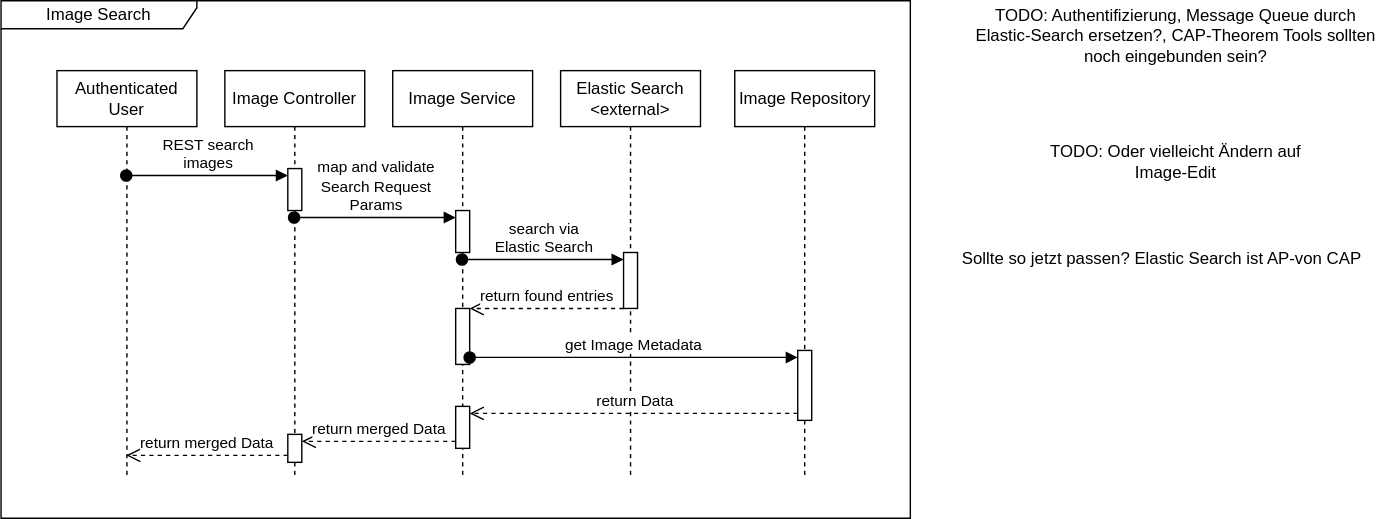
Earlier version of the draw.io export images/SWARC_Runtime_Image_Search.drawio.svg (Z1rael/swa). Source tidied: cells renumbered, new cells last; positions are measured from the earlier drawing's top-left corner, leaving out a move shared by most shapes.
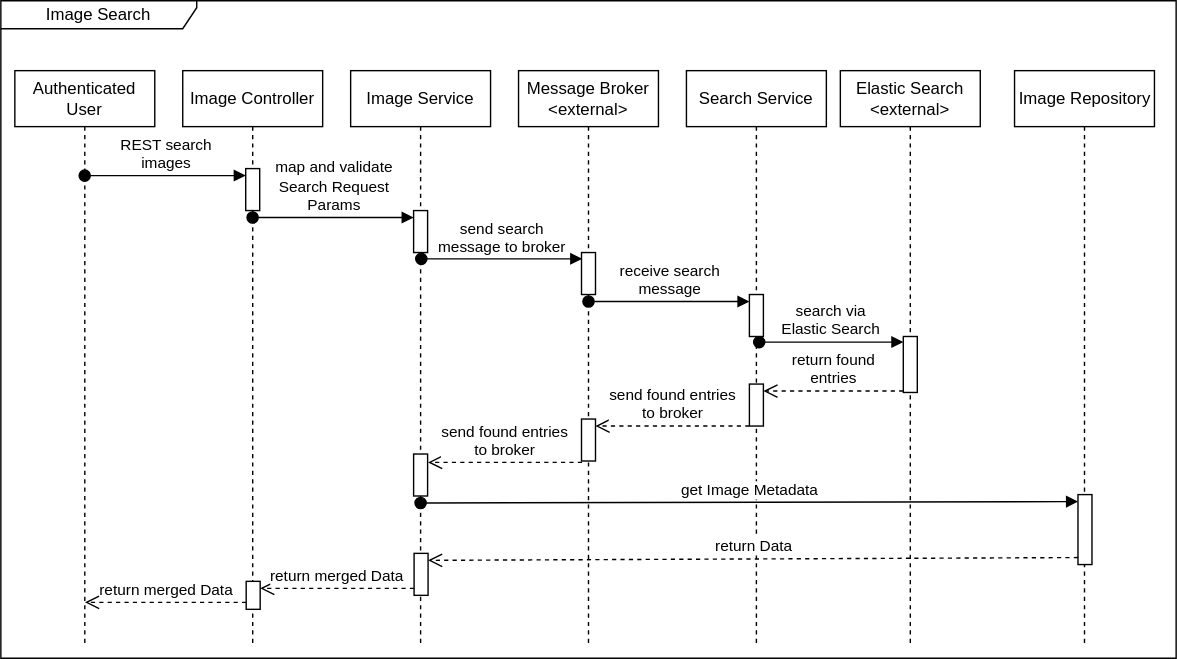
After the commit.

Commit message:
feat: runtime view added

Diff of the diagram source:
```diff
@@ -3,43 +3,34 @@
     <mxCell id="0" />
     <mxCell id="1" parent="0" />
     <mxCell id="2" value="Image Search" style="shape=umlFrame;whiteSpace=wrap;html=1;width=140;height=20;" parent="1" vertex="1">
-      <mxGeometry width="650" height="370" as="geometry" />
+      <mxGeometry x="30" width="840" height="470" as="geometry" />
     </mxCell>
     <mxCell id="3" value="Image Controller" style="shape=umlLifeline;perimeter=lifelinePerimeter;whiteSpace=wrap;html=1;outlineConnect=0;portConstraint=eastwest;newEdgeStyle={&quot;curved&quot;:0,&quot;rounded&quot;:0};" parent="1" vertex="1">
-      <mxGeometry x="160" y="50" width="100" height="290" as="geometry" />
+      <mxGeometry x="160" y="50" width="100" height="410" as="geometry" />
     </mxCell>
     <mxCell id="4" style="html=1;points=[[0,0,0,0,5],[0,1,0,0,-5],[1,0,0,0,5],[1,1,0,0,-5]];perimeter=orthogonalPerimeter;outlineConnect=0;targetShapes=umlLifeline;portConstraint=eastwest;newEdgeStyle={&quot;curved&quot;:0,&quot;rounded&quot;:0};" parent="3" vertex="1">
       <mxGeometry x="45" y="70" width="10" height="30" as="geometry" />
     </mxCell>
-    <mxCell id="5" style="html=1;points=[[0,0,0,0,5],[0,1,0,0,-5],[1,0,0,0,5],[1,1,0,0,-5]];perimeter=orthogonalPerimeter;outlineConnect=0;targetShapes=umlLifeline;portConstraint=eastwest;newEdgeStyle={&quot;curved&quot;:0,&quot;rounded&quot;:0};" parent="3" vertex="1">
-      <mxGeometry x="45" y="260" width="10" height="20" as="geometry" />
-    </mxCell>
     <mxCell id="6" value="Image Service" style="shape=umlLifeline;perimeter=lifelinePerimeter;whiteSpace=wrap;html=1;outlineConnect=0;portConstraint=eastwest;newEdgeStyle={&quot;curved&quot;:0,&quot;rounded&quot;:0};" parent="1" vertex="1">
-      <mxGeometry x="280" y="50" width="100" height="290" as="geometry" />
+      <mxGeometry x="280" y="50" width="100" height="410" as="geometry" />
     </mxCell>
     <mxCell id="7" style="html=1;points=[[0,0,0,0,5],[0,1,0,0,-5],[1,0,0,0,5],[1,1,0,0,-5]];perimeter=orthogonalPerimeter;outlineConnect=0;targetShapes=umlLifeline;portConstraint=eastwest;newEdgeStyle={&quot;curved&quot;:0,&quot;rounded&quot;:0};" parent="6" vertex="1">
       <mxGeometry x="45" y="100" width="10" height="30" as="geometry" />
     </mxCell>
-    <mxCell id="8" style="html=1;points=[[0,0,0,0,5],[0,1,0,0,-5],[1,0,0,0,5],[1,1,0,0,-5]];perimeter=orthogonalPerimeter;outlineConnect=0;targetShapes=umlLifeline;portConstraint=eastwest;newEdgeStyle={&quot;curved&quot;:0,&quot;rounded&quot;:0};" parent="6" vertex="1">
-      <mxGeometry x="45" y="170" width="10" height="40" as="geometry" />
-    </mxCell>
-    <mxCell id="9" style="html=1;points=[[0,0,0,0,5],[0,1,0,0,-5],[1,0,0,0,5],[1,1,0,0,-5]];perimeter=orthogonalPerimeter;outlineConnect=0;targetShapes=umlLifeline;portConstraint=eastwest;newEdgeStyle={&quot;curved&quot;:0,&quot;rounded&quot;:0};" parent="6" vertex="1">
-      <mxGeometry x="45" y="240" width="10" height="30" as="geometry" />
-    </mxCell>
+    <mxCell id="26" style="html=1;perimeter=orthogonalPerimeter;targetShapes=umlLifeline;newEdgeStyle={&quot;curved&quot;:0,&quot;rounded&quot;:0};" parent="6" vertex="1">
+      <mxGeometry x="45" y="274" width="10" height="30" as="geometry" />
+    </mxCell>
     <mxCell id="10" value="Elastic Search&lt;div&gt;&amp;lt;external&amp;gt;&lt;/div&gt;" style="shape=umlLifeline;perimeter=lifelinePerimeter;whiteSpace=wrap;html=1;newEdgeStyle={&quot;curved&quot;:0,&quot;rounded&quot;:0};" parent="1" vertex="1">
-      <mxGeometry x="400" y="50" width="100" height="290" as="geometry" />
+      <mxGeometry x="630" y="50" width="100" height="410" as="geometry" />
     </mxCell>
     <mxCell id="11" style="html=1;points=[[0,0,0,0,5],[0,1,0,0,-5],[1,0,0,0,5],[1,1,0,0,-5]];perimeter=orthogonalPerimeter;outlineConnect=0;targetShapes=umlLifeline;portConstraint=eastwest;newEdgeStyle={&quot;curved&quot;:0,&quot;rounded&quot;:0};" parent="10" vertex="1">
-      <mxGeometry x="45" y="130" width="10" height="40" as="geometry" />
+      <mxGeometry x="45" y="190" width="10" height="40" as="geometry" />
     </mxCell>
     <mxCell id="12" value="Image Repository" style="shape=umlLifeline;perimeter=lifelinePerimeter;whiteSpace=wrap;html=1;newEdgeStyle={&quot;curved&quot;:0,&quot;rounded&quot;:0};" parent="1" vertex="1">
-      <mxGeometry x="524.5" y="50" width="100" height="290" as="geometry" />
+      <mxGeometry x="754.5" y="50" width="100" height="410" as="geometry" />
     </mxCell>
-    <mxCell id="13" style="html=1;points=[[0,0,0,0,5],[0,1,0,0,-5],[1,0,0,0,5],[1,1,0,0,-5]];perimeter=orthogonalPerimeter;outlineConnect=0;targetShapes=umlLifeline;portConstraint=eastwest;newEdgeStyle={&quot;curved&quot;:0,&quot;rounded&quot;:0};" parent="12" vertex="1">
-      <mxGeometry x="45" y="200" width="10" height="50" as="geometry" />
-    </mxCell>
     <mxCell id="14" value="Authenticated&lt;br&gt;User" style="shape=umlLifeline;perimeter=lifelinePerimeter;whiteSpace=wrap;html=1;outlineConnect=0;portConstraint=eastwest;newEdgeStyle={&quot;curved&quot;:0,&quot;rounded&quot;:0};" parent="1" vertex="1">
-      <mxGeometry x="40" y="50" width="100" height="290" as="geometry" />
+      <mxGeometry x="40" y="50" width="100" height="410" as="geometry" />
     </mxCell>
     <mxCell id="15" value="REST search&lt;br&gt;images" style="html=1;verticalAlign=bottom;startArrow=oval;endArrow=block;startSize=8;curved=0;rounded=0;entryX=0;entryY=0;entryDx=0;entryDy=5;" parent="1" edge="1" source="14" target="4">
       <mxGeometry relative="1" as="geometry" />
@@ -47,36 +38,89 @@
     <mxCell id="16" value="map and validate&lt;div&gt;Search Request&lt;br&gt;Params&lt;/div&gt;" style="html=1;verticalAlign=bottom;startArrow=oval;endArrow=block;startSize=8;curved=0;rounded=0;entryX=0;entryY=0;entryDx=0;entryDy=5;" parent="1" edge="1" source="3" target="7">
       <mxGeometry relative="1" as="geometry" />
     </mxCell>
-    <mxCell id="17" value="search via &lt;br&gt;Elastic Search" style="html=1;verticalAlign=bottom;startArrow=oval;endArrow=block;startSize=8;curved=0;rounded=0;entryX=0;entryY=0;entryDx=0;entryDy=5;" parent="1" edge="1" source="6" target="11">
-      <mxGeometry relative="1" as="geometry" />
+    <mxCell id="17" value="search via &lt;br&gt;Elastic Search" style="html=1;verticalAlign=bottom;startArrow=oval;endArrow=block;startSize=8;curved=0;rounded=0;" parent="1" edge="1" target="11">
+      <mxGeometry relative="1" as="geometry">
+        <mxPoint x="572" y="244" as="sourcePoint" />
+      </mxGeometry>
     </mxCell>
-    <mxCell id="18" value="return found entries" style="html=1;verticalAlign=bottom;endArrow=open;dashed=1;endSize=8;curved=0;rounded=0;" parent="1" edge="1" source="11" target="8">
+    <mxCell id="18" value="return found&amp;nbsp;&lt;div&gt;entries&lt;/div&gt;" style="html=1;verticalAlign=bottom;endArrow=open;dashed=1;endSize=8;curved=0;rounded=0;entryX=1;entryY=0;entryDx=0;entryDy=5;entryPerimeter=0;" parent="1" edge="1" source="11" target="32">
       <mxGeometry relative="1" as="geometry">
         <Array as="points">
-          <mxPoint x="390" y="220" />
+          <mxPoint x="612" y="279" />
         </Array>
       </mxGeometry>
     </mxCell>
+    <mxCell id="27" value="Message Broker&lt;div&gt;&amp;lt;external&amp;gt;&lt;/div&gt;" style="shape=umlLifeline;perimeter=lifelinePerimeter;whiteSpace=wrap;html=1;newEdgeStyle={&quot;curved&quot;:0,&quot;rounded&quot;:0};" parent="1" vertex="1">
+      <mxGeometry x="400" y="50" width="100" height="410" as="geometry" />
+    </mxCell>
+    <mxCell id="28" style="html=1;perimeter=orthogonalPerimeter;targetShapes=umlLifeline;newEdgeStyle={&quot;curved&quot;:0,&quot;rounded&quot;:0};" parent="27" vertex="1">
+      <mxGeometry x="45" y="130" width="10" height="30" as="geometry" />
+    </mxCell>
+    <mxCell id="29" style="html=1;points=[[0,0,0,0,5],[0,1,0,0,-5],[1,0,0,0,5],[1,1,0,0,-5]];perimeter=orthogonalPerimeter;outlineConnect=0;targetShapes=umlLifeline;portConstraint=eastwest;newEdgeStyle={&quot;curved&quot;:0,&quot;rounded&quot;:0};" parent="27" vertex="1">
+      <mxGeometry x="45" y="249" width="10" height="30" as="geometry" />
+    </mxCell>
+    <mxCell id="30" value="Search Service" style="shape=umlLifeline;perimeter=lifelinePerimeter;whiteSpace=wrap;html=1;newEdgeStyle={&quot;curved&quot;:0,&quot;rounded&quot;:0};" parent="1" vertex="1">
+      <mxGeometry x="520" y="50" width="100" height="410" as="geometry" />
+    </mxCell>
+    <mxCell id="31" style="html=1;perimeter=orthogonalPerimeter;targetShapes=umlLifeline;newEdgeStyle={&quot;curved&quot;:0,&quot;rounded&quot;:0};" parent="30" vertex="1">
+      <mxGeometry x="45" y="160" width="10" height="30" as="geometry" />
+    </mxCell>
+    <mxCell id="32" style="html=1;points=[[0,0,0,0,5],[0,1,0,0,-5],[1,0,0,0,5],[1,1,0,0,-5]];perimeter=orthogonalPerimeter;outlineConnect=0;targetShapes=umlLifeline;portConstraint=eastwest;newEdgeStyle={&quot;curved&quot;:0,&quot;rounded&quot;:0};" parent="30" vertex="1">
+      <mxGeometry x="45" y="224" width="10" height="30" as="geometry" />
+    </mxCell>
+    <mxCell id="33" value="send search&amp;nbsp;&lt;div&gt;message to broker&lt;/div&gt;" style="html=1;verticalAlign=bottom;startArrow=oval;endArrow=block;startSize=8;curved=0;rounded=0;entryX=0;entryY=0;entryDx=0;entryDy=5;" parent="1" edge="1">
+      <mxGeometry relative="1" as="geometry">
+        <mxPoint x="330.5" y="184.5" as="sourcePoint" />
+        <mxPoint x="445.5" y="184.5" as="targetPoint" />
+      </mxGeometry>
+    </mxCell>
+    <mxCell id="34" value="receive search&amp;nbsp;&lt;div&gt;message&lt;/div&gt;" style="html=1;verticalAlign=bottom;startArrow=oval;endArrow=block;startSize=8;curved=0;rounded=0;entryX=0;entryY=0;entryDx=0;entryDy=5;" parent="1" edge="1">
+      <mxGeometry relative="1" as="geometry">
+        <mxPoint x="450" y="215" as="sourcePoint" />
+        <mxPoint x="565" y="215" as="targetPoint" />
+      </mxGeometry>
+    </mxCell>
+    <mxCell id="5" style="html=1;points=[[0,0,0,0,5],[0,1,0,0,-5],[1,0,0,0,5],[1,1,0,0,-5]];perimeter=orthogonalPerimeter;outlineConnect=0;targetShapes=umlLifeline;portConstraint=eastwest;newEdgeStyle={&quot;curved&quot;:0,&quot;rounded&quot;:0};" parent="1" vertex="1">
+      <mxGeometry x="205.3" y="415" width="10" height="20" as="geometry" />
+    </mxCell>
+    <mxCell id="9" style="html=1;points=[[0,0,0,0,5],[0,1,0,0,-5],[1,0,0,0,5],[1,1,0,0,-5]];perimeter=orthogonalPerimeter;outlineConnect=0;targetShapes=umlLifeline;portConstraint=eastwest;newEdgeStyle={&quot;curved&quot;:0,&quot;rounded&quot;:0};" parent="1" vertex="1">
+      <mxGeometry x="325.3" y="395" width="10" height="30" as="geometry" />
+    </mxCell>
+    <mxCell id="13" style="html=1;points=[[0,0,0,0,5],[0,1,0,0,-5],[1,0,0,0,5],[1,1,0,0,-5]];perimeter=orthogonalPerimeter;outlineConnect=0;targetShapes=umlLifeline;portConstraint=eastwest;newEdgeStyle={&quot;curved&quot;:0,&quot;rounded&quot;:0};" parent="1" vertex="1">
+      <mxGeometry x="799.8" y="353" width="10" height="50" as="geometry" />
+    </mxCell>
-    <mxCell id="19" value="get Image Metadata" style="html=1;verticalAlign=bottom;startArrow=oval;endArrow=block;startSize=8;curved=0;rounded=0;exitX=1;exitY=1;exitDx=0;exitDy=-5;exitPerimeter=0;entryX=0;entryY=0;entryDx=0;entryDy=5;entryPerimeter=0;" parent="1" edge="1" source="8" target="13">
-      <mxGeometry relative="1" as="geometry" />
+    <mxCell id="19" value="get Image Metadata" style="html=1;verticalAlign=bottom;startArrow=oval;endArrow=block;startSize=8;curved=0;rounded=0;entryX=0;entryY=0;entryDx=0;entryDy=5;entryPerimeter=0;" parent="1" edge="1" target="13">
+      <mxGeometry relative="1" as="geometry">
+        <mxPoint x="330" y="359" as="sourcePoint" />
+      </mxGeometry>
     </mxCell>
-    <mxCell id="20" value="TODO: Authentifizierung, Message Queue durch Elastic-Search ersetzen?, CAP-Theorem Tools sollten noch eingebunden sein?" style="text;html=1;whiteSpace=wrap;strokeColor=none;fillColor=none;align=center;verticalAlign=middle;rounded=0;" parent="1" vertex="1">
-      <mxGeometry x="690" y="10" width="300" height="30" as="geometry" />
-    </mxCell>
-    <mxCell id="21" value="TODO: Oder vielleicht Ändern auf Image-Edit" style="text;html=1;whiteSpace=wrap;strokeColor=none;fillColor=none;align=center;verticalAlign=middle;rounded=0;" parent="1" vertex="1">
-      <mxGeometry x="730" y="100" width="220" height="30" as="geometry" />
-    </mxCell>
     <mxCell id="22" value="return Data" style="html=1;verticalAlign=bottom;endArrow=open;dashed=1;endSize=8;curved=0;rounded=0;exitX=0;exitY=1;exitDx=0;exitDy=-5;exitPerimeter=0;entryX=1;entryY=0;entryDx=0;entryDy=5;entryPerimeter=0;" parent="1" edge="1" source="13" target="9">
       <mxGeometry relative="1" as="geometry" />
     </mxCell>
     <mxCell id="23" value="return merged Data" style="html=1;verticalAlign=bottom;endArrow=open;dashed=1;endSize=8;rounded=0;entryX=1;entryY=0;entryDx=0;entryDy=5;entryPerimeter=0;" parent="1" edge="1" source="9" target="5">
       <mxGeometry relative="1" as="geometry" />
     </mxCell>
-    <mxCell id="24" value="return merged Data" style="html=1;verticalAlign=bottom;endArrow=open;dashed=1;endSize=8;rounded=0;exitX=0;exitY=1;exitDx=0;exitDy=-5;exitPerimeter=0;" parent="1" edge="1" source="5" target="14">
-      <mxGeometry relative="1" as="geometry" />
+    <mxCell id="24" value="return merged Data" style="html=1;verticalAlign=bottom;endArrow=open;dashed=1;endSize=8;rounded=0;exitX=0;exitY=1;exitDx=0;exitDy=-5;exitPerimeter=0;" parent="1" edge="1" source="5">
+      <mxGeometry relative="1" as="geometry">
+        <mxPoint x="90.2" y="430" as="targetPoint" />
+      </mxGeometry>
     </mxCell>
-    <mxCell id="25" value="Sollte so jetzt passen? Elastic Search ist AP-von CAP" style="text;html=1;whiteSpace=wrap;strokeColor=none;fillColor=none;align=center;verticalAlign=middle;rounded=0;" parent="1" vertex="1">
-      <mxGeometry x="670" y="170" width="320" height="30" as="geometry" />
-    </mxCell>
+    <mxCell id="35" value="send found entries&amp;nbsp;&lt;div&gt;to broker&lt;/div&gt;" style="html=1;verticalAlign=bottom;endArrow=open;dashed=1;endSize=8;curved=0;rounded=0;entryX=1;entryY=0;entryDx=0;entryDy=5;entryPerimeter=0;" parent="1" edge="1" target="29">
+      <mxGeometry relative="1" as="geometry">
+        <mxPoint x="565" y="304" as="sourcePoint" />
+        <Array as="points">
+          <mxPoint x="502" y="304" />
+        </Array>
+      </mxGeometry>
+    </mxCell>
+    <mxCell id="36" value="send found entries&amp;nbsp;&lt;div&gt;to broker&lt;/div&gt;" style="html=1;verticalAlign=bottom;endArrow=open;dashed=1;endSize=8;curved=0;rounded=0;entryX=1;entryY=0;entryDx=0;entryDy=5;entryPerimeter=0;" parent="1" edge="1">
+      <mxGeometry relative="1" as="geometry">
+        <mxPoint x="445.3" y="330" as="sourcePoint" />
+        <mxPoint x="335.3" y="330" as="targetPoint" />
+        <Array as="points">
+          <mxPoint x="382.3" y="330" />
+        </Array>
+      </mxGeometry>
+    </mxCell>
   </root>
 </mxGraphModel>
```
